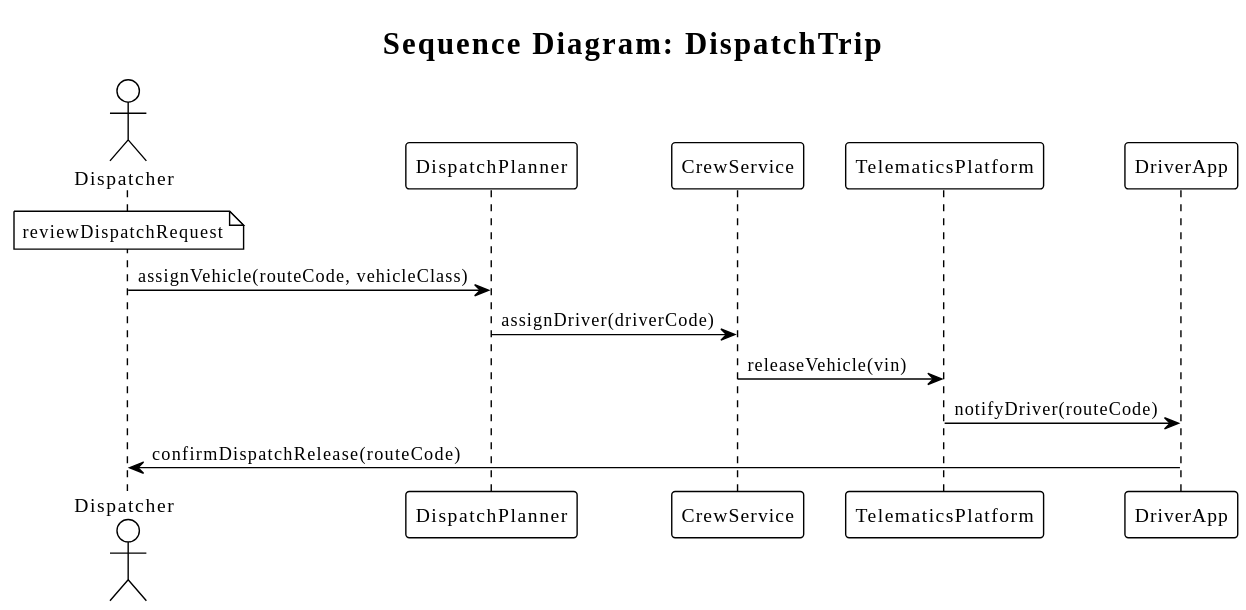
Above: examples/fleet-operations/generated/sequence/FleetOperations_DispatchTrip.sequence.svg in fredoslav2004/modt-core (PlantUML), before the change. Its diagram source:
```plantuml
@startuml
title Sequence Diagram: DispatchTrip
!theme plain
skinparam classAttributeIconSize 0
actor "Dispatcher" as Actor
participant "DispatchPlanner" as DispatchPlanner
participant "CrewService" as CrewService
participant "TelematicsPlatform" as TelematicsPlatform
participant "DriverApp" as DriverApp

note over Actor : reviewDispatchRequest
Actor -> DispatchPlanner : assignVehicle(routeCode, vehicleClass)
DispatchPlanner -> CrewService : assignDriver(driverCode)
CrewService -> TelematicsPlatform : releaseVehicle(vin)
TelematicsPlatform -> DriverApp : notifyDriver(routeCode)
DriverApp -> Actor : confirmDispatchRelease(routeCode)
@enduml
```
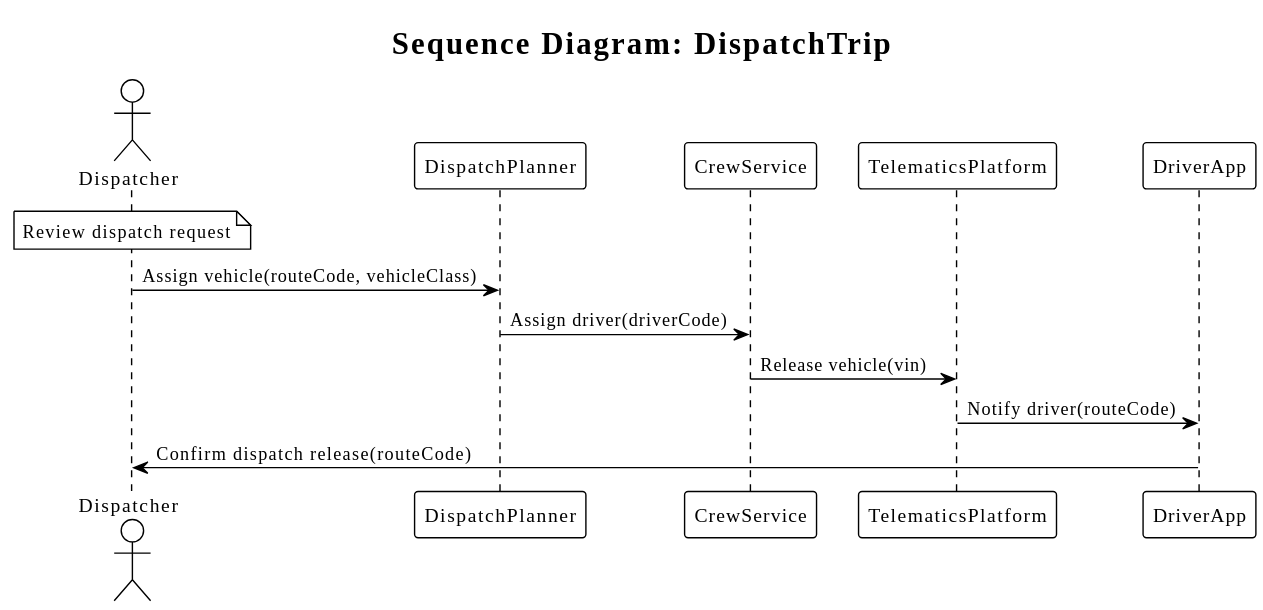
The same diagram one commit later.

Change to the diagram source:
```diff
@@ -8,10 +8,10 @@
 participant "TelematicsPlatform" as TelematicsPlatform
 participant "DriverApp" as DriverApp
 
-note over Actor : reviewDispatchRequest
-Actor -> DispatchPlanner : assignVehicle(routeCode, vehicleClass)
-DispatchPlanner -> CrewService : assignDriver(driverCode)
-CrewService -> TelematicsPlatform : releaseVehicle(vin)
-TelematicsPlatform -> DriverApp : notifyDriver(routeCode)
-DriverApp -> Actor : confirmDispatchRelease(routeCode)
+note over Actor : Review dispatch request
+Actor -> DispatchPlanner : Assign vehicle(routeCode, vehicleClass)
+DispatchPlanner -> CrewService : Assign driver(driverCode)
+CrewService -> TelematicsPlatform : Release vehicle(vin)
+TelematicsPlatform -> DriverApp : Notify driver(routeCode)
+DriverApp -> Actor : Confirm dispatch release(routeCode)
 @enduml
```
